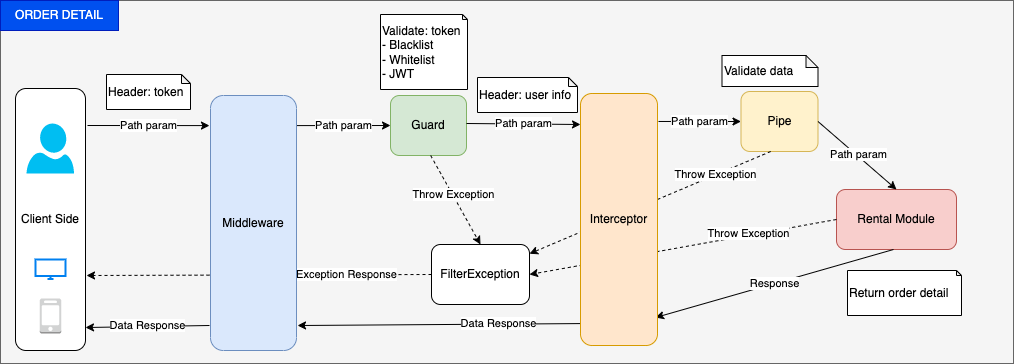
Before: OrderDetail.drawio.png, a diagram exported from draw.io (vnbrew/quynd-car-rent-nestjs). Source tidied: cells renumbered, new cells last; positions are measured from the earlier drawing's top-left corner, leaving out a move shared by most shapes. The source it was exported from:
```xml
<mxGraphModel shadow="1">
  <root>
    <mxCell id="0" />
    <mxCell id="1" parent="0" />
    <mxCell id="2" style="edgeStyle=none;html=1;exitX=0.5;exitY=1;exitDx=0;exitDy=0;entryX=0.5;entryY=0;entryDx=0;entryDy=0;rounded=1;strokeColor=#FF9999;" parent="1" edge="1">
      <mxGeometry relative="1" as="geometry">
        <mxPoint x="191" as="targetPoint" />
      </mxGeometry>
    </mxCell>
    <mxCell id="3" style="whiteSpace=wrap;html=1;align=center;newEdgeStyle={&quot;edgeStyle&quot;:&quot;elbowEdgeStyle&quot;,&quot;startArrow&quot;:&quot;none&quot;,&quot;endArrow&quot;:&quot;none&quot;};fillColor=#f5f5f5;fontColor=#333333;strokeColor=#666666;" parent="1" vertex="1">
      <mxGeometry y="1" width="1013" height="363" as="geometry" />
    </mxCell>
    <mxCell id="4" value="Client Side" style="rounded=1;whiteSpace=wrap;html=1;" parent="1" vertex="1">
      <mxGeometry x="15" y="89" width="70" height="262" as="geometry" />
    </mxCell>
    <mxCell id="5" value="Path param" style="endArrow=classic;html=1;rounded=0;entryX=-0.012;entryY=0.118;entryDx=0;entryDy=0;entryPerimeter=0;" parent="1" edge="1" target="29">
      <mxGeometry relative="1" as="geometry">
        <mxPoint x="87" y="126" as="sourcePoint" />
      </mxGeometry>
    </mxCell>
    <mxCell id="6" value="Guard" style="rounded=1;whiteSpace=wrap;html=1;fillColor=#d5e8d4;strokeColor=#82b366;" parent="1" vertex="1">
      <mxGeometry x="390" y="96" width="76" height="60" as="geometry" />
    </mxCell>
    <mxCell id="7" value="Path param" style="endArrow=classic;html=1;rounded=0;exitX=1;exitY=0.118;exitDx=0;exitDy=0;entryX=0;entryY=0.5;entryDx=0;entryDy=0;exitPerimeter=0;" parent="1" edge="1" source="29" target="6">
      <mxGeometry relative="1" as="geometry" />
    </mxCell>
    <mxCell id="8" value="Path param" style="endArrow=classic;html=1;rounded=0;exitX=1;exitY=0.5;exitDx=0;exitDy=0;entryX=0;entryY=0.123;entryDx=0;entryDy=0;entryPerimeter=0;" parent="1" edge="1" target="31">
      <mxGeometry relative="1" as="geometry">
        <mxPoint x="466" y="124" as="sourcePoint" />
      </mxGeometry>
    </mxCell>
    <mxCell id="9" value="Pipe" style="rounded=1;whiteSpace=wrap;html=1;fillColor=#fff2cc;strokeColor=#d6b656;" parent="1" vertex="1">
      <mxGeometry x="740.5" y="92" width="77" height="60" as="geometry" />
    </mxCell>
    <mxCell id="10" value="Path param" style="endArrow=classic;html=1;rounded=0;entryX=0;entryY=0.5;entryDx=0;entryDy=0;exitX=1.013;exitY=0.111;exitDx=0;exitDy=0;exitPerimeter=0;" parent="1" edge="1" source="31" target="9">
      <mxGeometry relative="1" as="geometry" />
    </mxCell>
    <mxCell id="11" value="Rental Module" style="rounded=1;whiteSpace=wrap;html=1;fillColor=#f8cecc;strokeColor=#b85450;" parent="1" vertex="1">
      <mxGeometry x="836" y="190" width="120" height="60" as="geometry" />
    </mxCell>
    <mxCell id="12" value="Path param" style="endArrow=classic;html=1;rounded=0;exitX=1;exitY=0.5;exitDx=0;exitDy=0;entryX=0.5;entryY=0;entryDx=0;entryDy=0;" parent="1" edge="1" source="9" target="11">
      <mxGeometry x="-0.01" y="2" relative="1" as="geometry" />
    </mxCell>
    <mxCell id="13" value="Response" style="endArrow=classic;html=1;rounded=0;exitX=1;exitY=0.5;exitDx=0;exitDy=0;entryX=0.974;entryY=0.889;entryDx=0;entryDy=0;entryPerimeter=0;" parent="1" edge="1" target="31">
      <mxGeometry relative="1" as="geometry">
        <mxPoint x="893" y="250" as="sourcePoint" />
      </mxGeometry>
    </mxCell>
    <mxCell id="14" value="FilterException" style="rounded=1;whiteSpace=wrap;html=1;" parent="1" vertex="1">
      <mxGeometry x="431" y="245" width="98" height="60" as="geometry" />
    </mxCell>
    <mxCell id="15" value="Data Response" style="endArrow=classic;html=1;rounded=0;exitX=0;exitY=0.913;exitDx=0;exitDy=0;entryX=1.012;entryY=0.902;entryDx=0;entryDy=0;entryPerimeter=0;exitPerimeter=0;" parent="1" edge="1" source="31" target="29">
      <mxGeometry x="-0.42" y="-1" relative="1" as="geometry" />
    </mxCell>
    <mxCell id="16" value="Exception Response" style="endArrow=classic;html=1;rounded=0;dashed=1;exitX=0;exitY=0.5;exitDx=0;exitDy=0;" parent="1" edge="1" source="14">
      <mxGeometry x="-0.51" relative="1" as="geometry">
        <mxPoint x="86" y="276" as="targetPoint" />
      </mxGeometry>
    </mxCell>
    <mxCell id="17" value="Throw Exception" style="endArrow=classic;html=1;rounded=0;dashed=1;exitX=0.5;exitY=1;exitDx=0;exitDy=0;" parent="1" edge="1" target="14">
      <mxGeometry x="-0.54" relative="1" as="geometry">
        <mxPoint x="770.2" y="152" as="sourcePoint" />
      </mxGeometry>
    </mxCell>
    <mxCell id="18" value="Throw Exception" style="endArrow=classic;html=1;rounded=0;dashed=1;exitX=0;exitY=0.5;exitDx=0;exitDy=0;entryX=1;entryY=0.5;entryDx=0;entryDy=0;" parent="1" edge="1" source="11" target="14">
      <mxGeometry x="-0.43" y="-2" relative="1" as="geometry" />
    </mxCell>
    <mxCell id="19" style="verticalLabelPosition=bottom;html=1;verticalAlign=top;align=center;strokeColor=none;fillColor=#00BEF2;shape=mxgraph.azure.user;" parent="1" vertex="1">
      <mxGeometry x="26" y="124" width="47.5" height="50" as="geometry" />
    </mxCell>
    <mxCell id="20" style="html=1;verticalLabelPosition=bottom;align=center;labelBackgroundColor=#ffffff;verticalAlign=top;strokeWidth=2;strokeColor=#0080F0;shadow=0;dashed=0;shape=mxgraph.ios7.icons.monitor;" parent="1" vertex="1">
      <mxGeometry x="35" y="260" width="30" height="19.5" as="geometry" />
    </mxCell>
    <mxCell id="21" style="dashed=0;verticalLabelPosition=bottom;verticalAlign=top;align=center;html=1;shape=mxgraph.aws3.mobile_client;fillColor=#D2D3D3;gradientColor=none;" parent="1" vertex="1">
      <mxGeometry x="39.2" y="299" width="21.5" height="35" as="geometry" />
    </mxCell>
    <mxCell id="22" value="ORDER DETAIL" style="text;html=1;strokeColor=#001DBC;fillColor=#0050ef;align=center;verticalAlign=middle;whiteSpace=wrap;rounded=0;fontColor=#ffffff;" parent="1" vertex="1">
      <mxGeometry y="1" width="118" height="30" as="geometry" />
    </mxCell>
    <mxCell id="23" value="Return order detail" style="shape=note;whiteSpace=wrap;html=1;backgroundOutline=1;darkOpacity=0.05;align=left;size=5;" parent="1" vertex="1">
      <mxGeometry x="847" y="271" width="114" height="45" as="geometry" />
    </mxCell>
    <mxCell id="24" value="Header: token" style="shape=note;whiteSpace=wrap;html=1;backgroundOutline=1;darkOpacity=0.05;align=left;size=9;" parent="1" vertex="1">
      <mxGeometry x="106" y="75" width="84" height="35" as="geometry" />
    </mxCell>
    <mxCell id="25" value="Validate: token&lt;br&gt;- Blacklist&lt;br&gt;- Whitelist&lt;br&gt;- JWT" style="shape=note;whiteSpace=wrap;html=1;backgroundOutline=1;darkOpacity=0.05;align=left;size=5;" parent="1" vertex="1">
      <mxGeometry x="380" y="15" width="87" height="75" as="geometry" />
    </mxCell>
    <mxCell id="26" value="Header: user info" style="shape=note;whiteSpace=wrap;html=1;backgroundOutline=1;darkOpacity=0.05;align=left;size=9;" parent="1" vertex="1">
      <mxGeometry x="477" y="78" width="100" height="35" as="geometry" />
    </mxCell>
    <mxCell id="27" value="Throw Exception" style="endArrow=classic;html=1;rounded=0;dashed=1;exitX=0.5;exitY=1;exitDx=0;exitDy=0;entryX=0.5;entryY=0;entryDx=0;entryDy=0;" parent="1" edge="1" target="14">
      <mxGeometry x="-0.11" y="1" relative="1" as="geometry">
        <mxPoint x="430.2" y="156" as="sourcePoint" />
      </mxGeometry>
    </mxCell>
    <mxCell id="28" value="Validate data" style="shape=note;whiteSpace=wrap;html=1;backgroundOutline=1;darkOpacity=0.05;align=left;size=12;" parent="1" vertex="1">
      <mxGeometry x="721.5" y="56" width="96" height="31" as="geometry" />
    </mxCell>
    <mxCell id="29" value="Middleware" style="rounded=1;whiteSpace=wrap;html=1;fillColor=#dae8fc;strokeColor=#6c8ebf;" parent="1" vertex="1">
      <mxGeometry x="210" y="96" width="86" height="255" as="geometry" />
    </mxCell>
    <mxCell id="30" value="Data Response" style="endArrow=classic;html=1;rounded=0;entryX=1.012;entryY=0.902;entryDx=0;entryDy=0;entryPerimeter=0;" parent="1" edge="1">
      <mxGeometry y="-1" relative="1" as="geometry">
        <mxPoint x="209" y="326" as="sourcePoint" />
        <mxPoint x="85" y="328" as="targetPoint" />
      </mxGeometry>
    </mxCell>
    <mxCell id="31" value="Interceptor" style="rounded=1;whiteSpace=wrap;html=1;fillColor=#ffe6cc;strokeColor=#d79b00;" parent="1" vertex="1">
      <mxGeometry x="580" y="94" width="77" height="252" as="geometry" />
    </mxCell>
  </root>
</mxGraphModel>
```
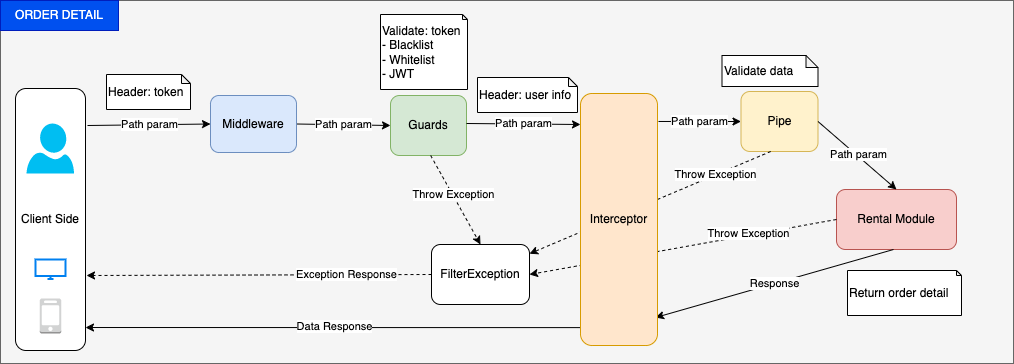
The same file after the commit.

What changed in the source:
```diff
@@ -13,15 +13,15 @@
     <mxCell id="4" value="Client Side" style="rounded=1;whiteSpace=wrap;html=1;" parent="1" vertex="1">
       <mxGeometry x="15" y="89" width="70" height="262" as="geometry" />
     </mxCell>
-    <mxCell id="5" value="Path param" style="endArrow=classic;html=1;rounded=0;entryX=-0.012;entryY=0.118;entryDx=0;entryDy=0;entryPerimeter=0;" parent="1" edge="1" target="29">
+    <mxCell id="5" value="Path param" style="endArrow=classic;html=1;rounded=0;entryX=0;entryY=0.5;entryDx=0;entryDy=0;" parent="1" edge="1" target="29">
       <mxGeometry relative="1" as="geometry">
         <mxPoint x="87" y="126" as="sourcePoint" />
       </mxGeometry>
     </mxCell>
-    <mxCell id="6" value="Guard" style="rounded=1;whiteSpace=wrap;html=1;fillColor=#d5e8d4;strokeColor=#82b366;" parent="1" vertex="1">
+    <mxCell id="6" value="Guards" style="rounded=1;whiteSpace=wrap;html=1;fillColor=#d5e8d4;strokeColor=#82b366;" parent="1" vertex="1">
       <mxGeometry x="390" y="96" width="76" height="60" as="geometry" />
     </mxCell>
-    <mxCell id="7" value="Path param" style="endArrow=classic;html=1;rounded=0;exitX=1;exitY=0.118;exitDx=0;exitDy=0;entryX=0;entryY=0.5;entryDx=0;entryDy=0;exitPerimeter=0;" parent="1" edge="1" source="29" target="6">
+    <mxCell id="7" value="Path param" style="endArrow=classic;html=1;rounded=0;exitX=1;exitY=0.5;exitDx=0;exitDy=0;entryX=0;entryY=0.5;entryDx=0;entryDy=0;" parent="1" edge="1" source="29" target="6">
       <mxGeometry relative="1" as="geometry" />
     </mxCell>
     <mxCell id="8" value="Path param" style="endArrow=classic;html=1;rounded=0;exitX=1;exitY=0.5;exitDx=0;exitDy=0;entryX=0;entryY=0.123;entryDx=0;entryDy=0;entryPerimeter=0;" parent="1" edge="1" target="31">
@@ -49,9 +49,6 @@
     <mxCell id="14" value="FilterException" style="rounded=1;whiteSpace=wrap;html=1;" parent="1" vertex="1">
       <mxGeometry x="431" y="245" width="98" height="60" as="geometry" />
     </mxCell>
-    <mxCell id="15" value="Data Response" style="endArrow=classic;html=1;rounded=0;exitX=0;exitY=0.913;exitDx=0;exitDy=0;entryX=1.012;entryY=0.902;entryDx=0;entryDy=0;entryPerimeter=0;exitPerimeter=0;" parent="1" edge="1" source="31" target="29">
-      <mxGeometry x="-0.42" y="-1" relative="1" as="geometry" />
-    </mxCell>
     <mxCell id="16" value="Exception Response" style="endArrow=classic;html=1;rounded=0;dashed=1;exitX=0;exitY=0.5;exitDx=0;exitDy=0;" parent="1" edge="1" source="14">
       <mxGeometry x="-0.51" relative="1" as="geometry">
         <mxPoint x="86" y="276" as="targetPoint" />
@@ -98,11 +95,10 @@
       <mxGeometry x="721.5" y="56" width="96" height="31" as="geometry" />
     </mxCell>
     <mxCell id="29" value="Middleware" style="rounded=1;whiteSpace=wrap;html=1;fillColor=#dae8fc;strokeColor=#6c8ebf;" parent="1" vertex="1">
-      <mxGeometry x="210" y="96" width="86" height="255" as="geometry" />
+      <mxGeometry x="210" y="96" width="86" height="57" as="geometry" />
     </mxCell>
-    <mxCell id="30" value="Data Response" style="endArrow=classic;html=1;rounded=0;entryX=1.012;entryY=0.902;entryDx=0;entryDy=0;entryPerimeter=0;" parent="1" edge="1">
+    <mxCell id="30" value="Data Response" style="endArrow=classic;html=1;rounded=0;entryX=1.012;entryY=0.902;entryDx=0;entryDy=0;entryPerimeter=0;exitX=0.026;exitY=0.929;exitDx=0;exitDy=0;exitPerimeter=0;" parent="1" edge="1" source="31">
       <mxGeometry y="-1" relative="1" as="geometry">
-        <mxPoint x="209" y="326" as="sourcePoint" />
         <mxPoint x="85" y="328" as="targetPoint" />
       </mxGeometry>
     </mxCell>
```
